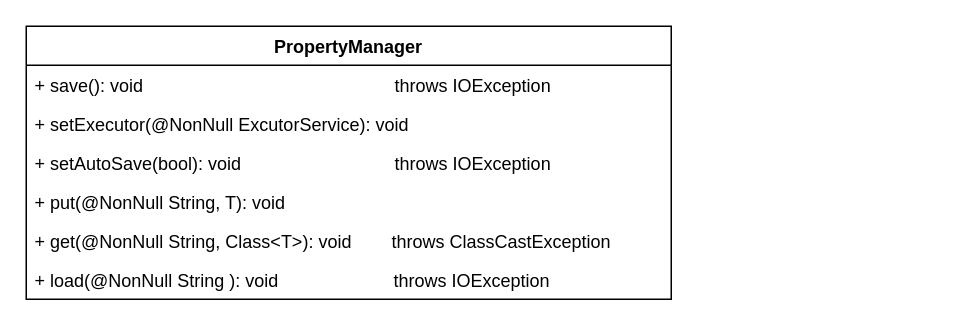
Above: UML/未命名绘图.drawio in Patrick16262/WordReview (draw.io), before the change. Source tidied: cells renumbered, new cells numbered last; positions are measured from the earlier drawing's top-left corner, leaving out a move shared by most shapes. Both pictures are drawn from the tidied source at 150%, with x=0, y=0 at pixel (26, 26).
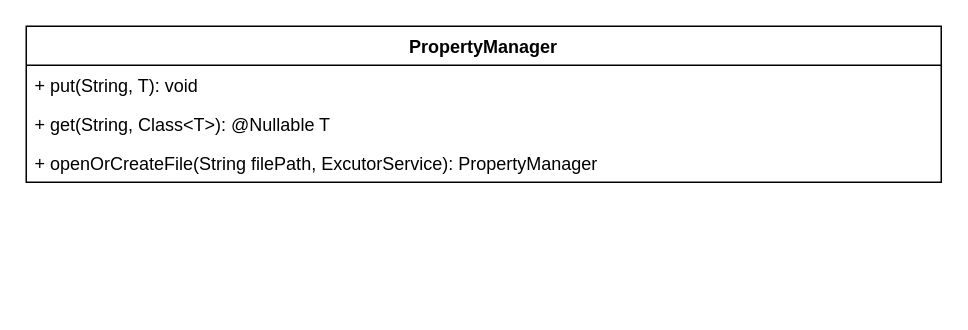
The same page after the edit.

Change to the diagram source:
```diff
@@
 <mxGraphModel>
   <root>
     <mxCell id="0" />
     <mxCell id="1" parent="0" />
     <mxCell id="2" value="PropertyManager" style="swimlane;fontStyle=1;align=center;verticalAlign=top;horizontal=1;startSize=26;whiteSpace=wrap;html=1;" parent="1" vertex="1">
-      <mxGeometry width="430" height="182" as="geometry" />
+      <mxGeometry width="610" height="104" as="geometry" />
     </mxCell>
-    <mxCell id="3" value="+ save(): void&lt;span style=&quot;white-space: pre;&quot;&gt;&#9;&lt;/span&gt;&lt;span style=&quot;white-space: pre;&quot;&gt;&#9;&lt;span style=&quot;white-space: pre;&quot;&gt;&#9;&lt;/span&gt;&lt;span style=&quot;white-space: pre;&quot;&gt;&#9;&lt;/span&gt;&lt;span style=&quot;white-space: pre;&quot;&gt;&#9;&lt;/span&gt;&lt;span style=&quot;white-space: pre;&quot;&gt;&#9;&lt;/span&gt;&lt;span style=&quot;white-space: pre;&quot;&gt;&#9;&lt;/span&gt;&lt;/span&gt;throws IOException" style="text;strokeColor=none;fillColor=none;align=left;verticalAlign=top;spacingLeft=4;spacingRight=4;overflow=hidden;whiteSpace=wrap;html=1;" parent="2" vertex="1">
-      <mxGeometry y="26" width="430" height="26" as="geometry" />
-    </mxCell>
-    <mxCell id="4" value="+ setExecutor(@NonNull ExcutorService): void" style="text;strokeColor=none;fillColor=none;align=left;verticalAlign=top;spacingLeft=4;spacingRight=4;overflow=hidden;whiteSpace=wrap;html=1;" parent="2" vertex="1">
-      <mxGeometry y="52" width="430" height="26" as="geometry" />
-    </mxCell>
-    <mxCell id="5" value="+ setAutoSave(bool): void&lt;span style=&quot;white-space: pre;&quot;&gt;&#9;&lt;/span&gt;&lt;span style=&quot;white-space: pre;&quot;&gt;&#9;&lt;span style=&quot;white-space: pre;&quot;&gt;&#9;&lt;/span&gt;&lt;span style=&quot;white-space: pre;&quot;&gt;&#9;&lt;/span&gt;&lt;/span&gt;throws IOException" style="text;strokeColor=none;fillColor=none;align=left;verticalAlign=top;spacingLeft=4;spacingRight=4;overflow=hidden;whiteSpace=wrap;html=1;" parent="2" vertex="1">
-      <mxGeometry y="78" width="430" height="26" as="geometry" />
-    </mxCell>
-    <mxCell id="6" value="+ put(@NonNull String, T): void" style="text;strokeColor=none;fillColor=none;align=left;verticalAlign=top;spacingLeft=4;spacingRight=4;overflow=hidden;whiteSpace=wrap;html=1;" parent="2" vertex="1">
-      <mxGeometry y="104" width="430" height="26" as="geometry" />
+    <mxCell id="6" value="+ put(String, T): void" style="text;strokeColor=none;fillColor=none;align=left;verticalAlign=top;spacingLeft=4;spacingRight=4;overflow=hidden;whiteSpace=wrap;html=1;" parent="2" vertex="1">
+      <mxGeometry y="26" width="610" height="26" as="geometry" />
     </mxCell>
-    <mxCell id="7" value="+ get(@NonNull&amp;nbsp;String, Class&amp;lt;T&amp;gt;): void&lt;span style=&quot;&quot;&gt;&lt;span style=&quot;&quot;&gt;&amp;nbsp;&amp;nbsp;&amp;nbsp;&amp;nbsp;&lt;/span&gt;&lt;/span&gt;&lt;span style=&quot;&quot;&gt;&lt;span style=&quot;&quot;&gt;&amp;nbsp;&amp;nbsp;&amp;nbsp;&amp;nbsp;&lt;/span&gt;&lt;/span&gt;throws ClassCastException&lt;span style=&quot;&quot;&gt;&lt;span style=&quot;&quot;&gt;&amp;nbsp;&amp;nbsp;&amp;nbsp;&amp;nbsp;&lt;/span&gt;&lt;/span&gt;" style="text;strokeColor=none;fillColor=none;align=left;verticalAlign=top;spacingLeft=4;spacingRight=4;overflow=hidden;whiteSpace=wrap;html=1;" parent="2" vertex="1">
-      <mxGeometry y="130" width="430" height="26" as="geometry" />
+    <mxCell id="7" value="+ get(String, Class&amp;lt;T&amp;gt;): @Nullable T" style="text;strokeColor=none;fillColor=none;align=left;verticalAlign=top;spacingLeft=4;spacingRight=4;overflow=hidden;whiteSpace=wrap;html=1;" parent="2" vertex="1">
+      <mxGeometry y="52" width="610" height="26" as="geometry" />
     </mxCell>
-    <mxCell id="8" value="+ load(@NonNull String ): void&lt;span style=&quot;&quot;&gt;&lt;span style=&quot;&quot;&gt;&amp;nbsp;&amp;nbsp;&amp;nbsp;&amp;nbsp;&lt;/span&gt;&lt;/span&gt;&lt;span style=&quot;&quot;&gt;&lt;span style=&quot;&quot;&gt;&amp;nbsp;&amp;nbsp;&amp;nbsp;&amp;nbsp;&lt;span style=&quot;&quot;&gt;&lt;span style=&quot;white-space: pre;&quot;&gt;&amp;nbsp;&amp;nbsp;&amp;nbsp;&amp;nbsp;&lt;/span&gt;&lt;/span&gt;&lt;span style=&quot;&quot;&gt;&lt;span style=&quot;white-space: pre;&quot;&gt;&amp;nbsp;&amp;nbsp;&amp;nbsp;&amp;nbsp;&lt;/span&gt;&lt;/span&gt;&lt;span style=&quot;&quot;&gt;&lt;span style=&quot;white-space: pre;&quot;&gt;&amp;nbsp;&amp;nbsp;&amp;nbsp;&amp;nbsp;&lt;/span&gt;&lt;/span&gt;&lt;span style=&quot;&quot;&gt;&lt;span style=&quot;white-space: pre;&quot;&gt;&amp;nbsp;&amp;nbsp;&amp;nbsp;&lt;/span&gt;&lt;/span&gt;&lt;/span&gt;&lt;/span&gt;throws IOException&lt;span style=&quot;&quot;&gt;&lt;span style=&quot;&quot;&gt;&amp;nbsp; &amp;nbsp;&amp;nbsp;&lt;/span&gt;&lt;/span&gt;" style="text;strokeColor=none;fillColor=none;align=left;verticalAlign=top;spacingLeft=4;spacingRight=4;overflow=hidden;whiteSpace=wrap;html=1;" parent="2" vertex="1">
-      <mxGeometry y="156" width="430" height="26" as="geometry" />
-    </mxCell>
+    <mxCell id="9" value="+ openOrCreateFile(String filePath, ExcutorService):&amp;nbsp;PropertyManager" style="text;strokeColor=none;fillColor=none;align=left;verticalAlign=top;spacingLeft=4;spacingRight=4;overflow=hidden;whiteSpace=wrap;html=1;" parent="2" vertex="1">
+      <mxGeometry y="78" width="610" height="26" as="geometry" />
+    </mxCell>
   </root>
 </mxGraphModel>
```
